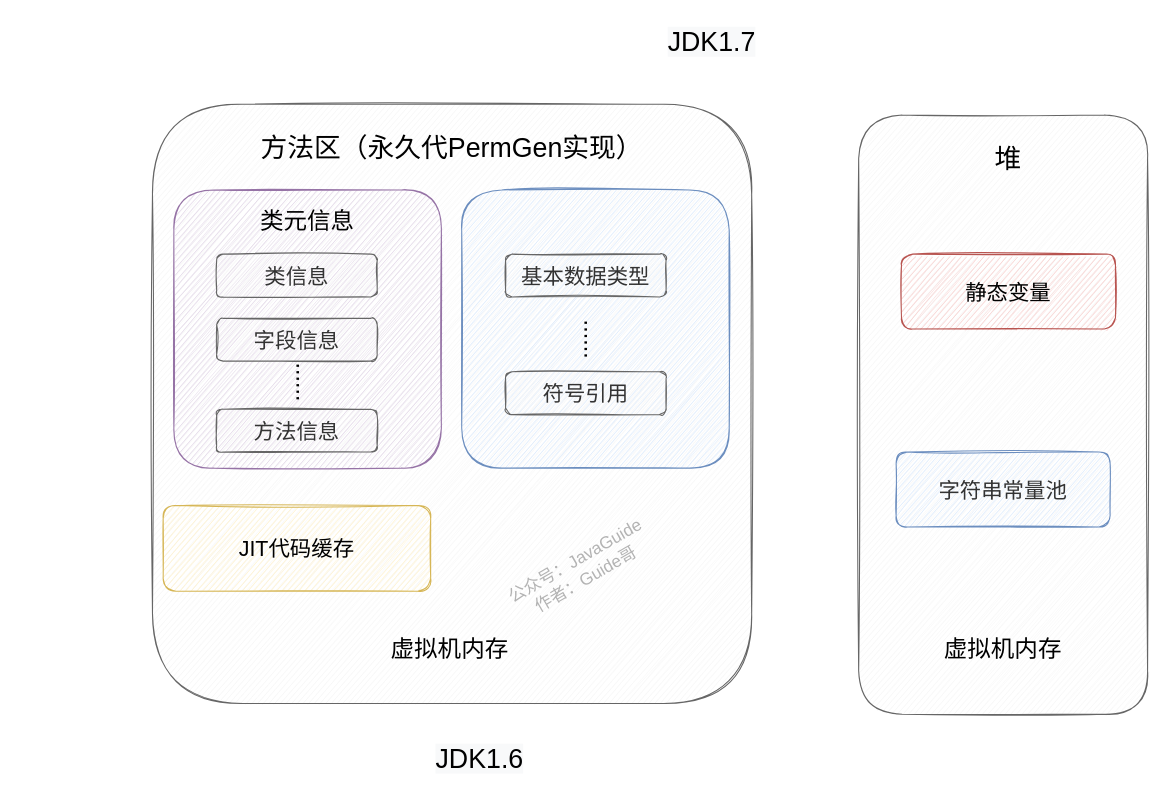
Earlier version of the draw.io diagram docs/java/jvm/pictures/java内存区域/method-area-jdk1.7.drawio (Snailclimb/JavaGuide). Source tidied: cells renumbered, new cells numbered last; positions are measured from the earlier drawing's top-left corner, leaving out a move shared by most shapes. Both pictures are drawn from the tidied source at 107%, with x=0, y=0 at pixel (18, 18).
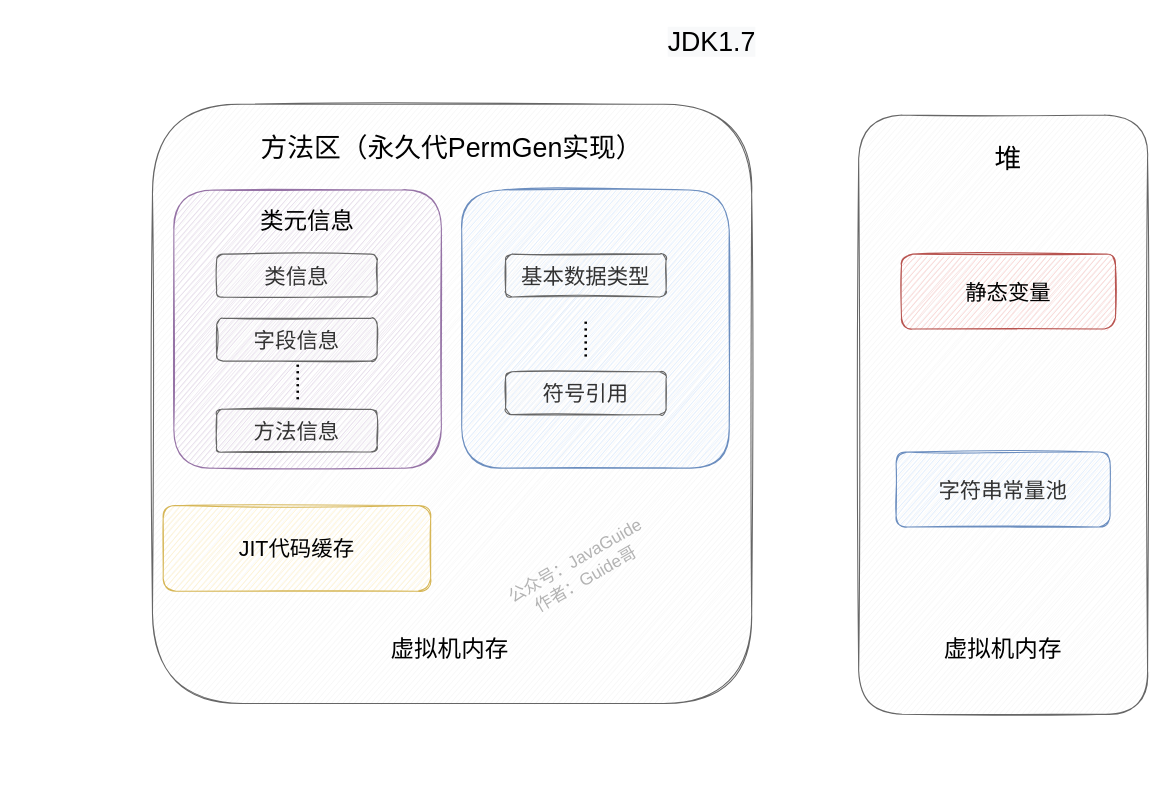
The same page after the edit.

The edit, as a diff of the source:
```diff
@@
-    <mxCell id="22" value="&lt;span style=&quot;color: rgb(0, 0, 0); font-family: helvetica; font-size: 25px; font-style: normal; font-weight: 400; letter-spacing: normal; text-align: center; text-indent: 0px; text-transform: none; word-spacing: 0px; background-color: rgb(248, 249, 250); display: inline; float: none;&quot;&gt;JDK1.6&lt;/span&gt;" style="text;whiteSpace=wrap;html=1;" parent="1" vertex="1">
-      <mxGeometry x="388" y="670" width="110" height="30" as="geometry" />
-    </mxCell>
```
